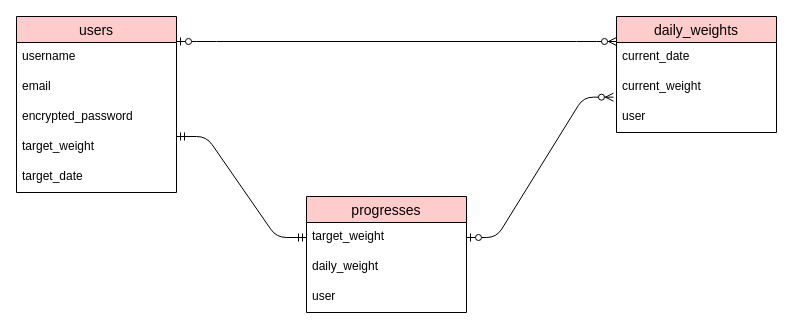
Earlier version of the draw.io diagram ER.dio (SHUNOOFT/WeightLossTraker2). Source tidied: cells renumbered, new cells numbered last; positions are measured from the earlier drawing's top-left corner, leaving out a move shared by most shapes. Both pictures are drawn from the tidied source at 100%, with x=0, y=0 at pixel (16, 16).
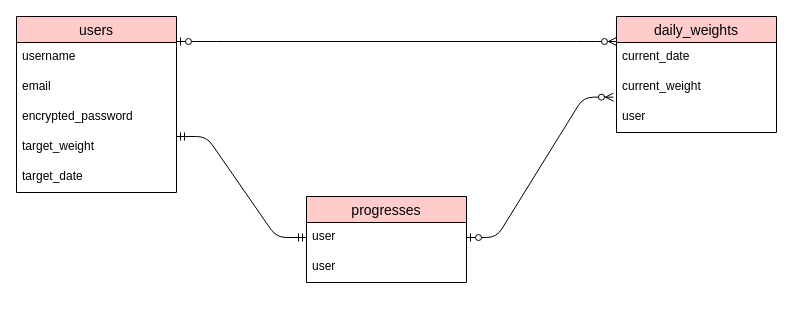
The same diagram, later.

Change to the diagram source:
```diff
@@
     <mxCell id="12" value="progresses" style="swimlane;fontStyle=0;horizontal=1;startSize=26;align=center;fontSize=14;fillColor=#FFCCCC;rounded=0;" parent="1" vertex="1">
-      <mxGeometry x="290" y="180" width="160" height="116" as="geometry" />
+      <mxGeometry x="290" y="180" width="160" height="86" as="geometry" />
     </mxCell>
-    <mxCell id="13" value="target_weight" style="text;strokeColor=none;fillColor=none;spacingLeft=4;spacingRight=4;overflow=hidden;fontSize=12;rounded=0;" parent="12" vertex="1">
+    <mxCell id="13" value="user" style="text;strokeColor=none;fillColor=none;spacingLeft=4;spacingRight=4;overflow=hidden;fontSize=12;rounded=0;" parent="12" vertex="1">
       <mxGeometry y="26" width="160" height="30" as="geometry" />
     </mxCell>
-    <mxCell id="14" value="daily_weight" style="text;strokeColor=none;fillColor=none;spacingLeft=4;spacingRight=4;overflow=hidden;fontSize=12;rounded=0;" parent="12" vertex="1">
-      <mxGeometry y="56" width="160" height="30" as="geometry" />
-    </mxCell>
     <mxCell id="15" value="user" style="text;strokeColor=none;fillColor=none;spacingLeft=4;spacingRight=4;overflow=hidden;fontSize=12;rounded=0;" parent="12" vertex="1">
-      <mxGeometry y="86" width="160" height="30" as="geometry" />
+      <mxGeometry y="56" width="160" height="30" as="geometry" />
     </mxCell>
```
